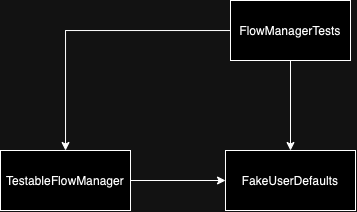
hiren9697/MavelSample keeps this draw.io diagram as MarvelSampleTests/Tests/FlowManager/FlowManagerTests.drawio.png. Above is the earlier version. Source tidied: cells renumbered, new cells last; positions are measured from the earlier drawing's top-left corner, leaving out a move shared by most shapes.
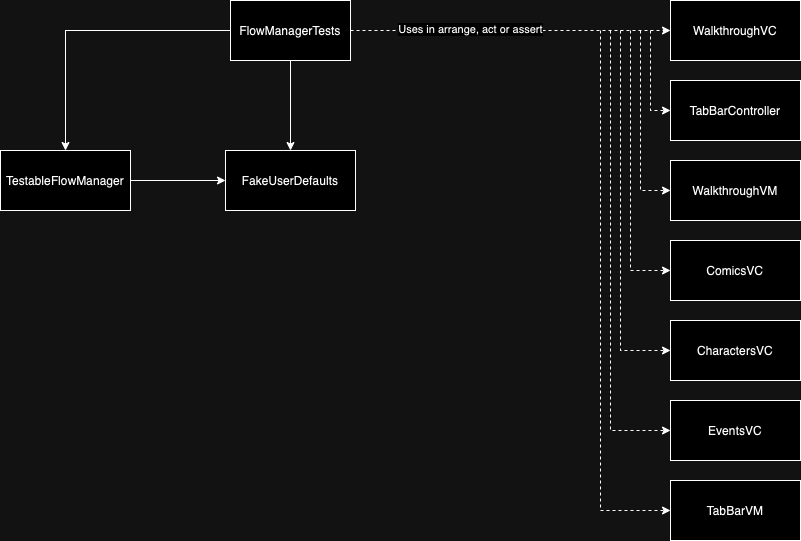
Above is the later version.

Diff of the diagram source:
```diff
@@ -8,6 +8,12 @@
     <mxCell id="3" style="edgeStyle=orthogonalEdgeStyle;rounded=0;jettySize=auto;html=1;" parent="1" edge="1" source="4" target="7">
       <mxGeometry relative="1" as="geometry" />
     </mxCell>
+    <mxCell id="8" style="edgeStyle=orthogonalEdgeStyle;rounded=0;jettySize=auto;html=1;entryX=0;entryY=0.5;entryDx=0;entryDy=0;dashed=1;" parent="1" edge="1" source="4" target="10">
+      <mxGeometry relative="1" as="geometry" />
+    </mxCell>
+    <mxCell id="9" value="Uses in arrange, act or assert" style="edgeLabel;html=1;align=center;verticalAlign=middle;" parent="8" vertex="1">
+      <mxGeometry x="-0.25" y="1" relative="1" as="geometry" />
+    </mxCell>
     <mxCell id="4" value="FlowManagerTests" style="rounded=0;whiteSpace=wrap;html=1;" parent="1" vertex="1">
       <mxGeometry x="230" width="120" height="60" as="geometry" />
     </mxCell>
@@ -20,5 +26,74 @@
     <mxCell id="7" value="FakeUserDefaults" style="rounded=0;whiteSpace=wrap;html=1;" parent="1" vertex="1">
       <mxGeometry x="225" y="150" width="130" height="60" as="geometry" />
     </mxCell>
+    <mxCell id="10" value="WalkthroughVC" style="rounded=0;whiteSpace=wrap;html=1;" parent="1" vertex="1">
+      <mxGeometry x="670" width="130" height="60" as="geometry" />
+    </mxCell>
+    <mxCell id="11" value="TabBarController" style="rounded=0;whiteSpace=wrap;html=1;" parent="1" vertex="1">
+      <mxGeometry x="670" y="80" width="130" height="60" as="geometry" />
+    </mxCell>
+    <mxCell id="12" value="WalkthroughVM" style="rounded=0;whiteSpace=wrap;html=1;" parent="1" vertex="1">
+      <mxGeometry x="670" y="160" width="130" height="60" as="geometry" />
+    </mxCell>
+    <mxCell id="13" value="ComicsVC" style="rounded=0;whiteSpace=wrap;html=1;" parent="1" vertex="1">
+      <mxGeometry x="670" y="240" width="130" height="60" as="geometry" />
+    </mxCell>
+    <mxCell id="14" value="CharactersVC" style="rounded=0;whiteSpace=wrap;html=1;" parent="1" vertex="1">
+      <mxGeometry x="670" y="320" width="130" height="60" as="geometry" />
+    </mxCell>
+    <mxCell id="15" value="EventsVC" style="rounded=0;whiteSpace=wrap;html=1;" parent="1" vertex="1">
+      <mxGeometry x="670" y="400" width="130" height="60" as="geometry" />
+    </mxCell>
+    <mxCell id="16" value="TabBarVM" style="rounded=0;whiteSpace=wrap;html=1;" parent="1" vertex="1">
+      <mxGeometry x="670" y="480" width="130" height="60" as="geometry" />
+    </mxCell>
+    <mxCell id="17" style="endArrow=classic;html=1;rounded=0;entryX=0;entryY=0.5;entryDx=0;entryDy=0;dashed=1;" parent="1" edge="1" target="11">
+      <mxGeometry relative="1" as="geometry">
+        <mxPoint x="650" y="30" as="sourcePoint" />
+        <Array as="points">
+          <mxPoint x="650" y="110" />
+        </Array>
+      </mxGeometry>
+    </mxCell>
+    <mxCell id="18" style="endArrow=classic;html=1;rounded=0;entryX=0;entryY=0.5;entryDx=0;entryDy=0;dashed=1;" parent="1" edge="1" target="12">
+      <mxGeometry relative="1" as="geometry">
+        <mxPoint x="640" y="30" as="sourcePoint" />
+        <Array as="points">
+          <mxPoint x="640" y="190" />
+        </Array>
+      </mxGeometry>
+    </mxCell>
+    <mxCell id="19" style="endArrow=classic;html=1;rounded=0;entryX=0;entryY=0.5;entryDx=0;entryDy=0;dashed=1;" parent="1" edge="1" target="13">
+      <mxGeometry relative="1" as="geometry">
+        <mxPoint x="630" y="30" as="sourcePoint" />
+        <Array as="points">
+          <mxPoint x="630" y="270" />
+        </Array>
+      </mxGeometry>
+    </mxCell>
+    <mxCell id="20" style="endArrow=classic;html=1;rounded=0;entryX=0;entryY=0.5;entryDx=0;entryDy=0;dashed=1;" parent="1" edge="1" target="14">
+      <mxGeometry relative="1" as="geometry">
+        <mxPoint x="620" y="30" as="sourcePoint" />
+        <Array as="points">
+          <mxPoint x="620" y="350" />
+        </Array>
+      </mxGeometry>
+    </mxCell>
+    <mxCell id="21" style="endArrow=classic;html=1;rounded=0;entryX=0;entryY=0.5;entryDx=0;entryDy=0;dashed=1;" parent="1" edge="1" target="15">
+      <mxGeometry relative="1" as="geometry">
+        <mxPoint x="610" y="30" as="sourcePoint" />
+        <Array as="points">
+          <mxPoint x="610" y="430" />
+        </Array>
+      </mxGeometry>
+    </mxCell>
+    <mxCell id="22" style="endArrow=classic;html=1;rounded=0;entryX=0;entryY=0.5;entryDx=0;entryDy=0;dashed=1;" parent="1" edge="1" target="16">
+      <mxGeometry relative="1" as="geometry">
+        <mxPoint x="600" y="30" as="sourcePoint" />
+        <Array as="points">
+          <mxPoint x="600" y="510" />
+        </Array>
+      </mxGeometry>
+    </mxCell>
   </root>
 </mxGraphModel>
```
